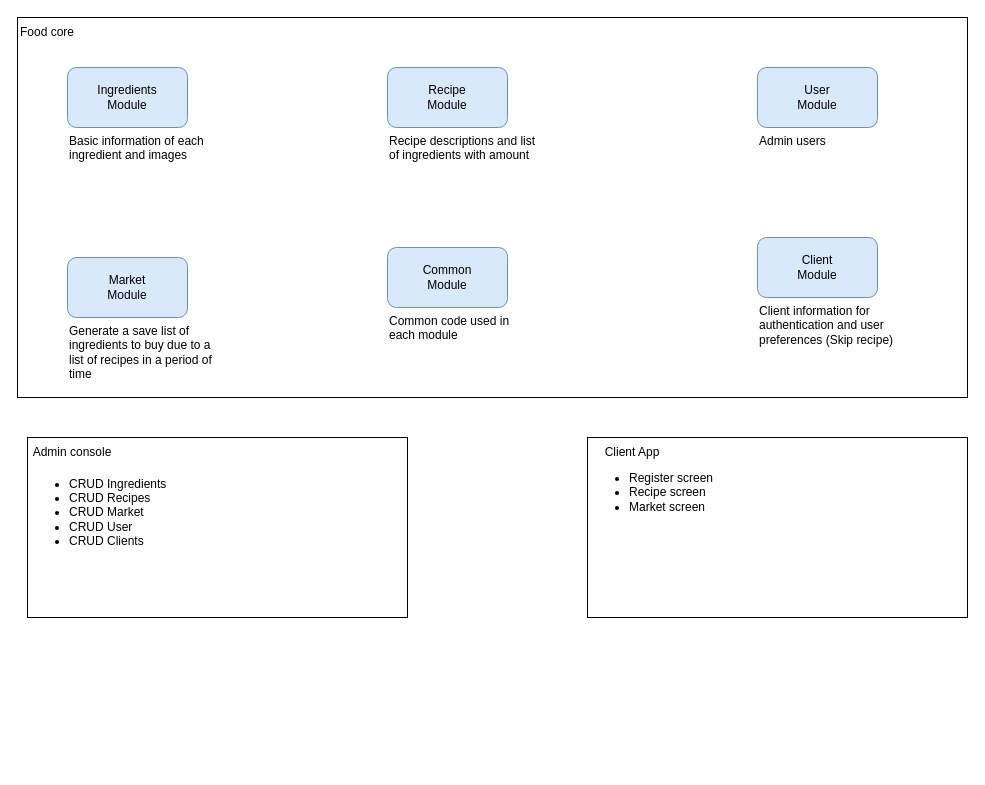
Earlier version of the draw.io diagram Untitled Diagram.drawio (hsaldarriaga/food-tip-plan). Source tidied: cells renumbered, new cells numbered last; positions are measured from the earlier drawing's top-left corner, leaving out a move shared by most shapes. Both pictures are drawn from the tidied source at 100%, with x=0, y=0 at pixel (17, 17).
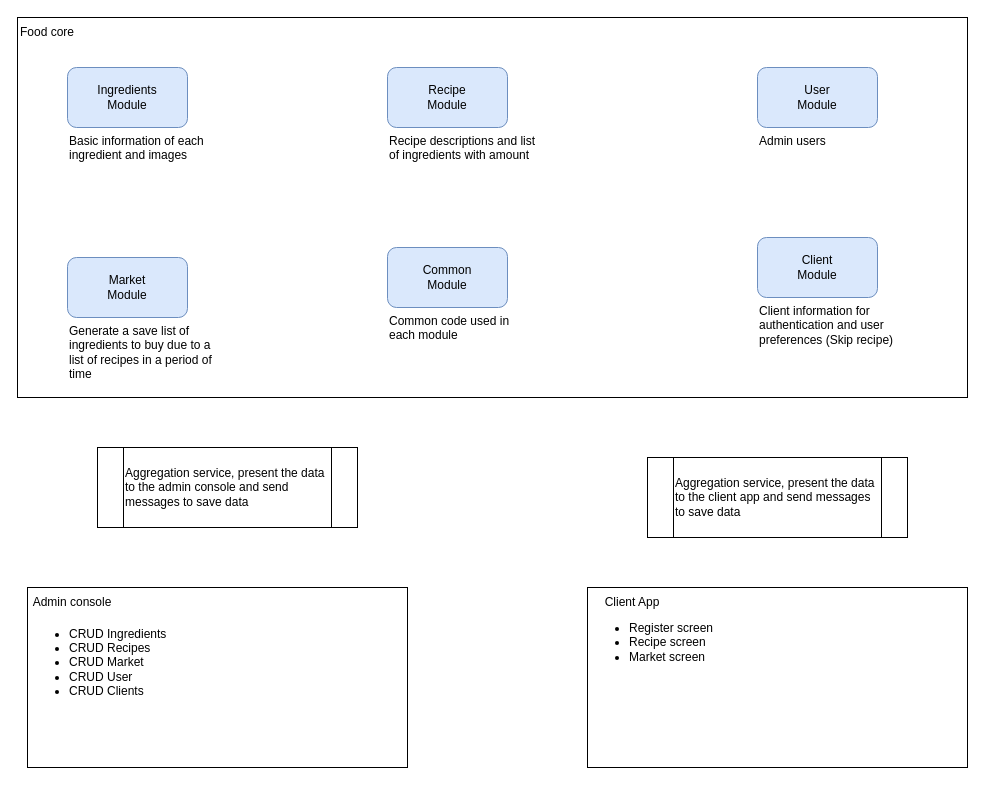
Above is the later version.

Commit message:
Adding aggregation services

What changed in the source:
```diff
@@
     <mxCell id="14" style="rounded=0;whiteSpace=wrap;html=1;" parent="1" vertex="1">
-      <mxGeometry x="10" y="420" width="380" height="180" as="geometry" />
+      <mxGeometry x="10" y="570" width="380" height="180" as="geometry" />
     </mxCell>
     <mxCell id="15" value="Admin console" style="text;html=1;strokeColor=none;fillColor=none;align=center;verticalAlign=middle;whiteSpace=wrap;rounded=0;" parent="1" vertex="1">
-      <mxGeometry x="10" y="420" width="90" height="30" as="geometry" />
+      <mxGeometry x="10" y="570" width="90" height="30" as="geometry" />
     </mxCell>
     <mxCell id="16" value="&lt;ul&gt;&lt;li&gt;CRUD Ingredients&lt;/li&gt;&lt;li&gt;CRUD Recipes&lt;/li&gt;&lt;li&gt;CRUD Market&lt;/li&gt;&lt;li&gt;CRUD User&lt;/li&gt;&lt;li&gt;CRUD Clients&lt;/li&gt;&lt;/ul&gt;" style="text;html=1;strokeColor=none;fillColor=none;align=left;verticalAlign=middle;whiteSpace=wrap;rounded=0;" parent="1" vertex="1">
-      <mxGeometry x="10" y="450" width="180" height="90" as="geometry" />
+      <mxGeometry x="10" y="600" width="180" height="90" as="geometry" />
     </mxCell>
@@
     <mxCell id="19" style="rounded=0;whiteSpace=wrap;html=1;" parent="1" vertex="1">
-      <mxGeometry x="570" y="420" width="380" height="180" as="geometry" />
+      <mxGeometry x="570" y="570" width="380" height="180" as="geometry" />
     </mxCell>
     <mxCell id="20" value="Client App" style="text;html=1;strokeColor=none;fillColor=none;align=center;verticalAlign=middle;whiteSpace=wrap;rounded=0;" parent="1" vertex="1">
-      <mxGeometry x="570" y="420" width="90" height="30" as="geometry" />
+      <mxGeometry x="570" y="570" width="90" height="30" as="geometry" />
     </mxCell>
     <mxCell id="21" value="&lt;ul&gt;&lt;li&gt;Register screen&lt;/li&gt;&lt;li&gt;Recipe screen&lt;/li&gt;&lt;li&gt;Market screen&lt;/li&gt;&lt;/ul&gt;" style="text;html=1;strokeColor=none;fillColor=none;align=left;verticalAlign=middle;whiteSpace=wrap;rounded=0;" parent="1" vertex="1">
-      <mxGeometry x="570" y="450" width="180" height="50" as="geometry" />
+      <mxGeometry x="570" y="600" width="180" height="50" as="geometry" />
     </mxCell>
+    <mxCell id="22" value="Aggregation service, present the data to the admin console and send messages to save data" style="shape=process;whiteSpace=wrap;html=1;backgroundOutline=1;align=left;" parent="1" vertex="1">
+      <mxGeometry x="80" y="430" width="260" height="80" as="geometry" />
+    </mxCell>
+    <mxCell id="23" value="Aggregation service, present the data to the client app and send messages to save data" style="shape=process;whiteSpace=wrap;html=1;backgroundOutline=1;align=left;" parent="1" vertex="1">
+      <mxGeometry x="630" y="440" width="260" height="80" as="geometry" />
+    </mxCell>
```
